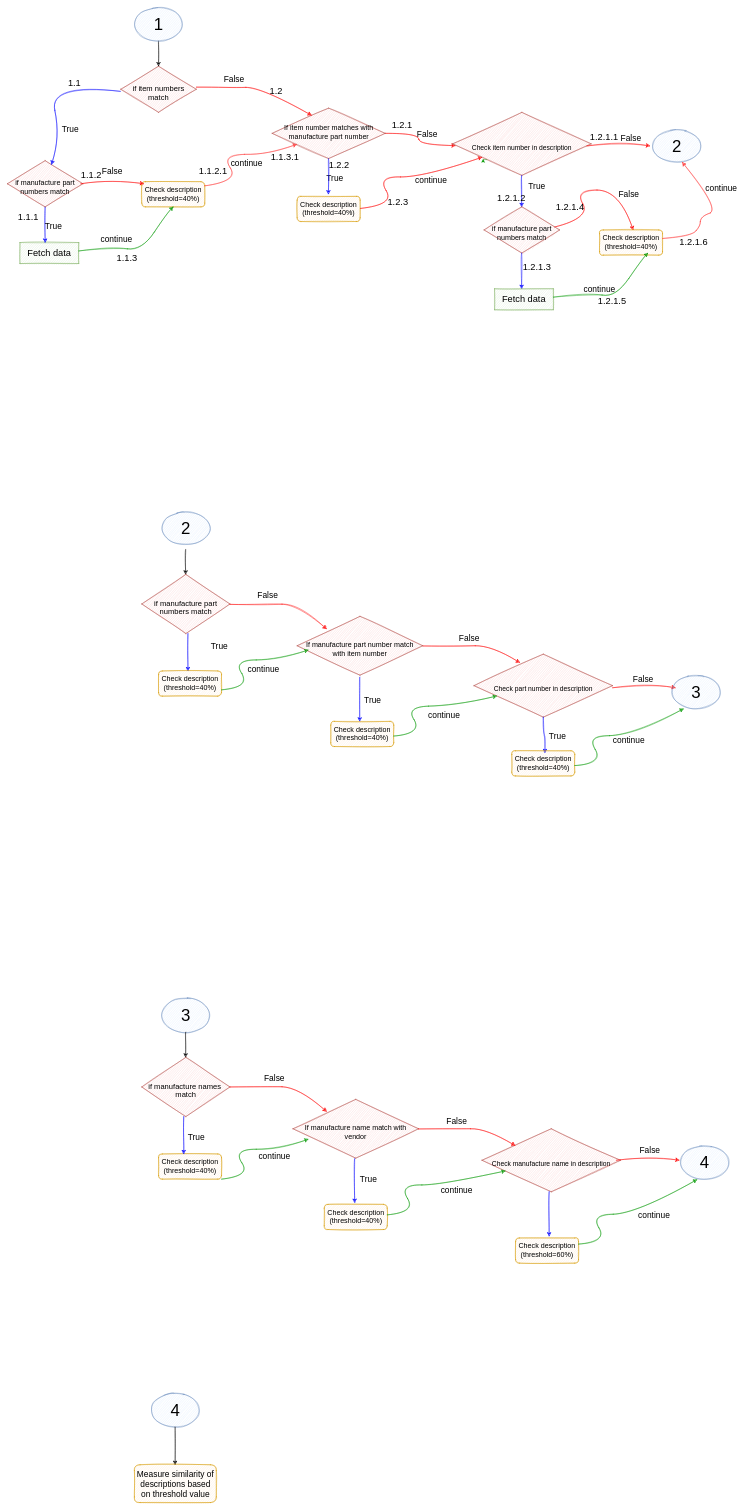
Above: Untitled Diagram.drawio in Cavidan1999/Yandex-Translate-API (draw.io), before the change. Source tidied: cells renumbered, new cells numbered last; positions are measured from the earlier drawing's top-left corner, leaving out a move shared by most shapes. Both pictures are drawn from the tidied source at 42%, with x=0, y=0 at pixel (7, 7).
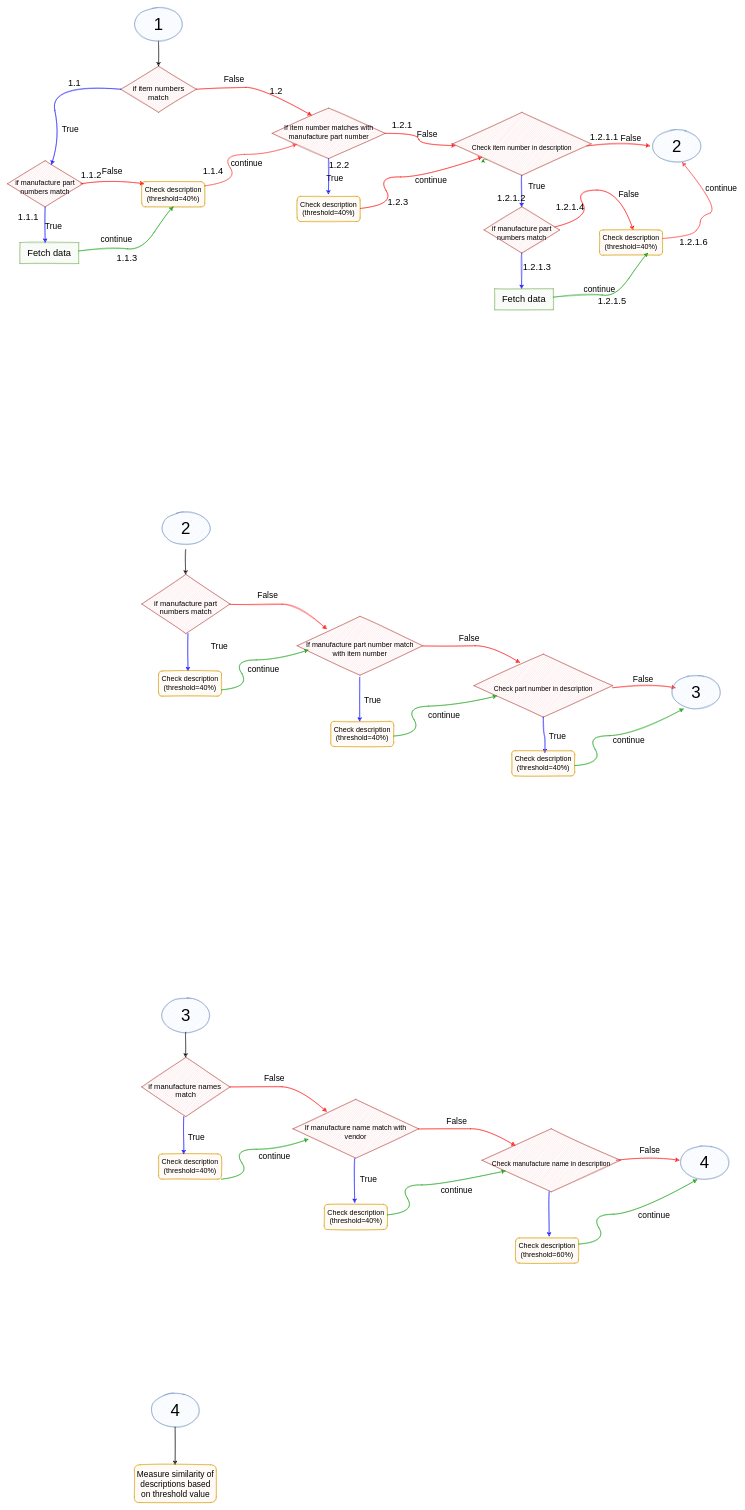
The same page after the edit.

The change refers to these unchanged cells:
```xml
<mxCell id="3" value="&lt;font style=&quot;font-size: 18px&quot;&gt;&lt;br&gt;if item numbers match&lt;/font&gt;" style="rhombus;whiteSpace=wrap;html=1;shadow=0;fontFamily=Helvetica;fontSize=12;align=center;strokeWidth=1;spacing=6;spacingTop=-4;sketch=1;fillColor=#f8cecc;strokeColor=#b85450;" parent="1" vertex="1">
  <mxGeometry x="270" y="140" width="180" height="110" as="geometry" />
</mxCell>
<mxCell id="5" value="&lt;font style=&quot;font-size: 17px&quot;&gt;&lt;br&gt;&lt;font style=&quot;font-size: 17px&quot;&gt;if manufacture part numbers match&lt;/font&gt;&lt;/font&gt;" style="rhombus;whiteSpace=wrap;html=1;shadow=0;fontFamily=Helvetica;fontSize=12;align=center;strokeWidth=1;spacing=6;spacingTop=-4;sketch=1;fillColor=#f8cecc;strokeColor=#b85450;" parent="1" vertex="1">
  <mxGeometry y="365" width="180" height="110" as="geometry" />
</mxCell>
<mxCell id="9" value="&lt;font style=&quot;font-size: 17px&quot;&gt;If item number matches with manufacture part number&lt;br&gt;&lt;/font&gt;" style="rhombus;whiteSpace=wrap;html=1;shadow=0;fontFamily=Helvetica;fontSize=12;align=center;strokeWidth=1;spacing=6;spacingTop=-4;sketch=1;fillColor=#f8cecc;strokeColor=#b85450;" parent="1" vertex="1">
  <mxGeometry x="630.5" y="240" width="269" height="120" as="geometry" />
</mxCell>
```

Diff of the diagram source:
```diff
@@
-    <mxCell id="59" style="endArrow=classic;html=1;exitX=0.5;exitY=1;exitDx=0;exitDy=0;sketch=1;curved=1;strokeColor=#0000FF;" parent="1" edge="1" target="5">
+    <mxCell id="59" style="endArrow=classic;html=1;exitX=0;exitY=0.5;exitDx=0;exitDy=0;sketch=1;curved=1;strokeColor=#0000FF;" parent="1" edge="1" source="3" target="5">
       <mxGeometry relative="1" as="geometry">
-        <mxPoint x="269" y="200" as="sourcePoint" />
         <Array as="points">
           <mxPoint x="100" y="180" />
           <mxPoint x="126" y="310" />
         </Array>
       </mxGeometry>
     </mxCell>
@@
-    <mxCell id="63" style="endArrow=classic;html=1;exitX=1;exitY=0.5;exitDx=0;exitDy=0;sketch=1;curved=1;entryX=0.348;entryY=0.142;entryDx=0;entryDy=0;entryPerimeter=0;strokeColor=#FF0000;" parent="1" edge="1" target="9">
+    <mxCell id="63" style="endArrow=classic;html=1;sketch=1;curved=1;entryX=0.348;entryY=0.142;entryDx=0;entryDy=0;entryPerimeter=0;strokeColor=#FF0000;exitX=1;exitY=0.5;exitDx=0;exitDy=0;" parent="1" edge="1" source="3" target="9">
       <mxGeometry relative="1" as="geometry">
-        <mxPoint x="450" y="190" as="sourcePoint" />
         <Array as="points">
           <mxPoint x="530" y="190.5" />
           <mxPoint x="606" y="190.5" />
         </Array>
       </mxGeometry>
     </mxCell>
@@
-    <mxCell id="107" value="&lt;font style=&quot;font-size: 22px&quot;&gt;1.1.2.1&lt;/font&gt;" style="text;html=1;strokeColor=none;fillColor=none;align=center;verticalAlign=middle;whiteSpace=wrap;rounded=0;" parent="1" vertex="1">
+    <mxCell id="107" value="&lt;font style=&quot;font-size: 22px&quot;&gt;1.1.4&lt;/font&gt;" style="text;html=1;strokeColor=none;fillColor=none;align=center;verticalAlign=middle;whiteSpace=wrap;rounded=0;" parent="1" vertex="1">
       <mxGeometry x="430" y="365" width="120" height="50" as="geometry" />
     </mxCell>
-    <mxCell id="108" value="&lt;font style=&quot;font-size: 22px&quot;&gt;1.1.3.1&lt;/font&gt;" style="text;html=1;strokeColor=none;fillColor=none;align=center;verticalAlign=middle;whiteSpace=wrap;rounded=0;" parent="1" vertex="1">
-      <mxGeometry x="615.5" y="335" width="90" height="45" as="geometry" />
-    </mxCell>
```
